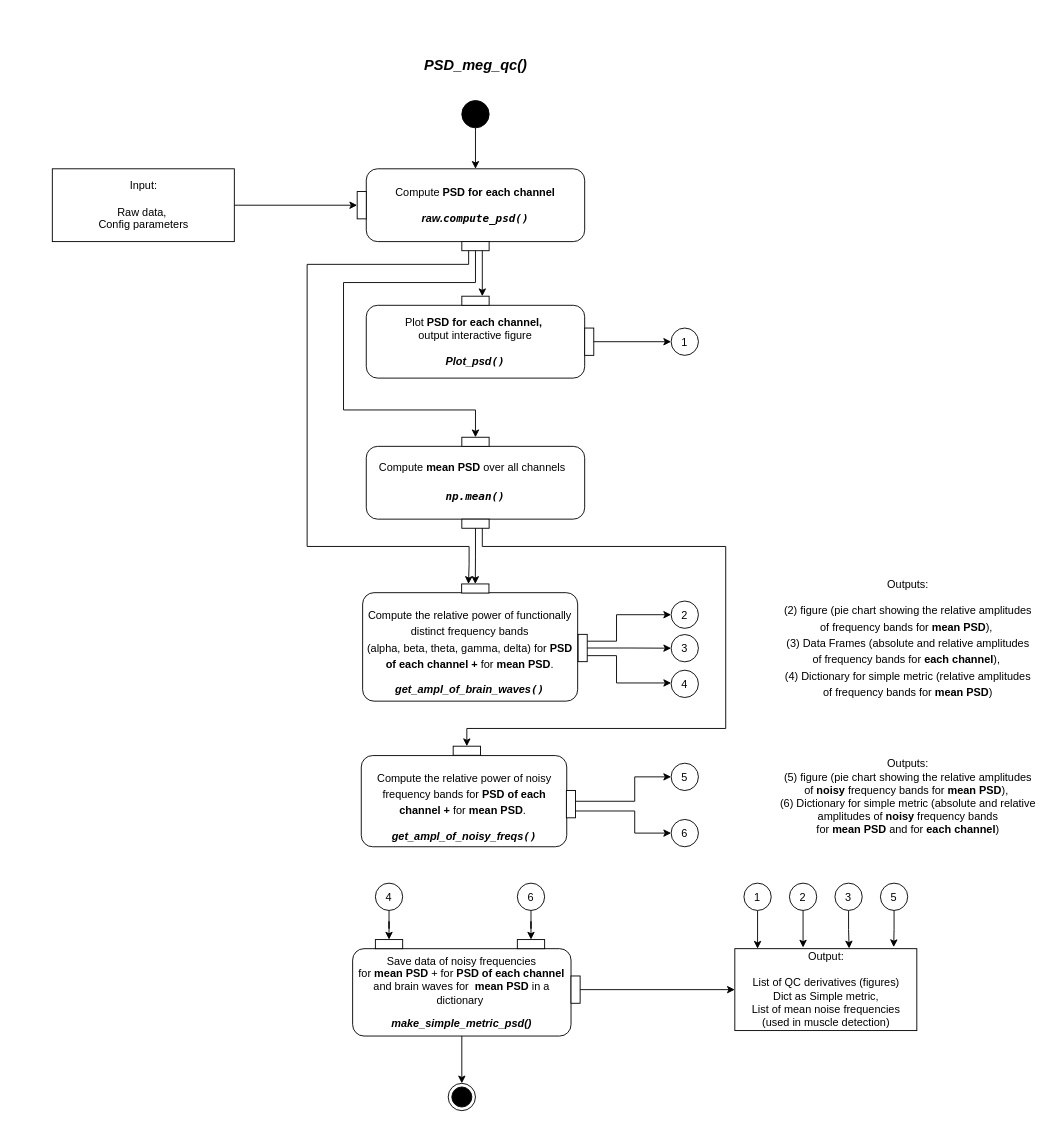
Before: docs/diagrams/_PSD_UML2.5.drawio in oldgandalf/MEGqcJorge, a draw.io diagram. Source tidied: cells renumbered, new cells numbered last; positions are measured from the earlier drawing's top-left corner, leaving out a move shared by most shapes. Both pictures are drawn from the tidied source at 91%, with x=0, y=0 at pixel (15, 18).
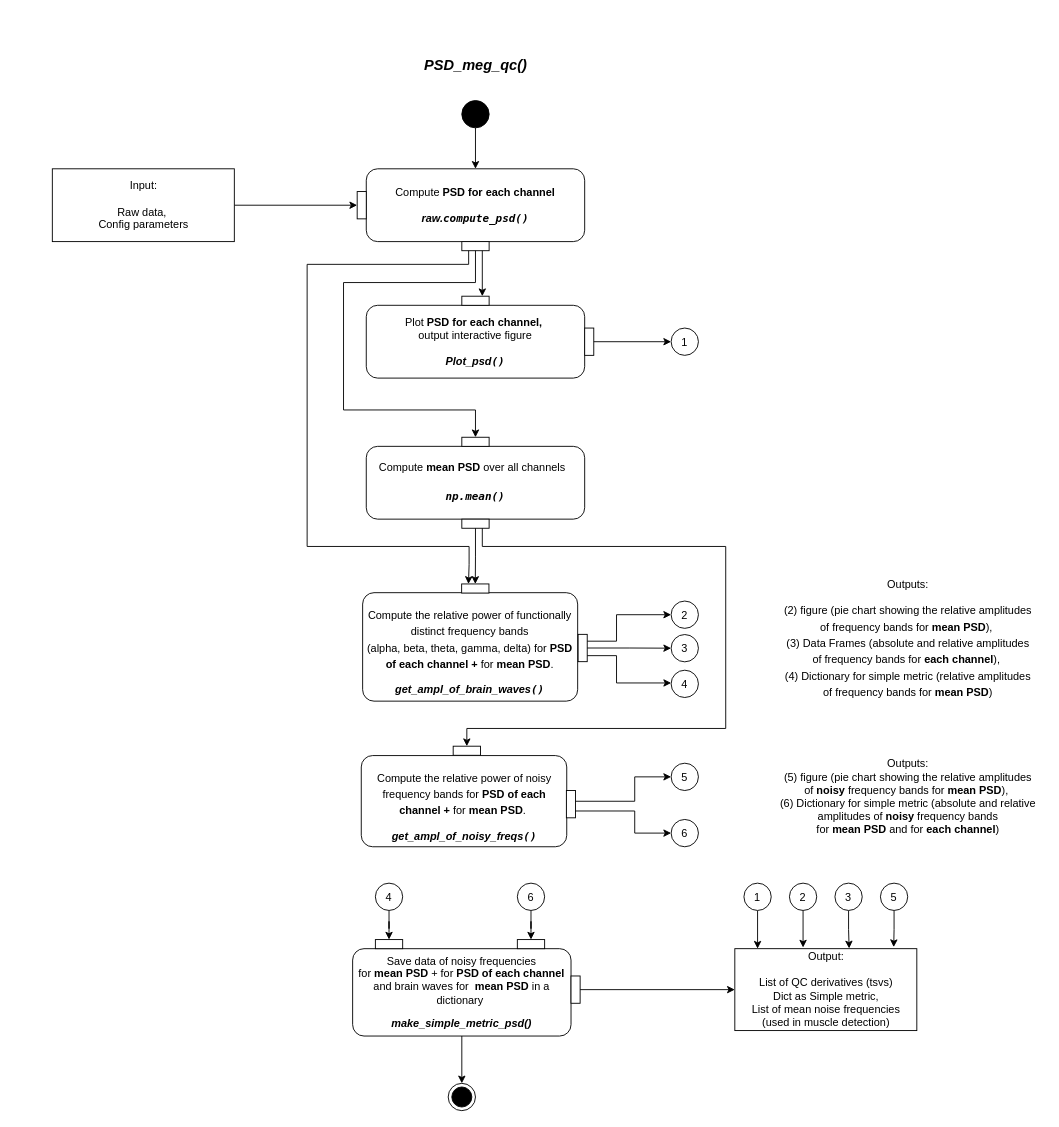
The same diagram, later.

Diff of the diagram source:
```diff
@@
-    <mxCell id="53" value="Output:&lt;br&gt;&lt;br&gt;List of QC derivatives (figures)&lt;br&gt;Dict as Simple metric,&lt;br&gt;List of mean noise frequencies &lt;br&gt;(used in muscle detection)" style="html=1;dashed=0;fontFamily=Helvetica;fontSize=12;fontColor=rgb(0, 0, 0);align=center;strokeColor=rgb(0, 0, 0);fillColor=rgb(255, 255, 255);" parent="1" vertex="1">
+    <mxCell id="53" value="Output:&lt;br&gt;&lt;br&gt;List of QC derivatives (tsvs)&lt;br&gt;Dict as Simple metric,&lt;br&gt;List of mean noise frequencies &lt;br&gt;(used in muscle detection)" style="html=1;dashed=0;fontFamily=Helvetica;fontSize=12;fontColor=rgb(0, 0, 0);align=center;strokeColor=rgb(0, 0, 0);fillColor=rgb(255, 255, 255);" parent="1" vertex="1">
       <mxGeometry x="790" y="1022" width="200" height="90" as="geometry" />
     </mxCell>
```
